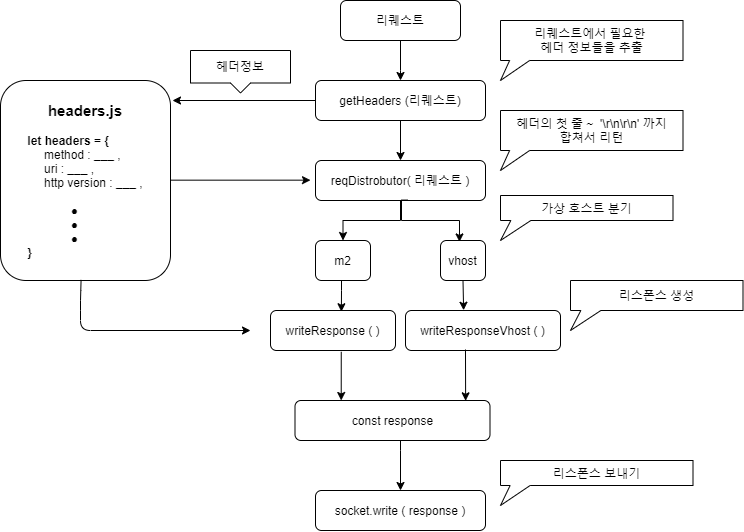
This is 작동방식.png from ChansooKim316/draw.io, a draw.io export, as it was before one commit. Source tidied: cells renumbered, new cells last; positions are measured from the earlier drawing's top-left corner, leaving out a move shared by most shapes.
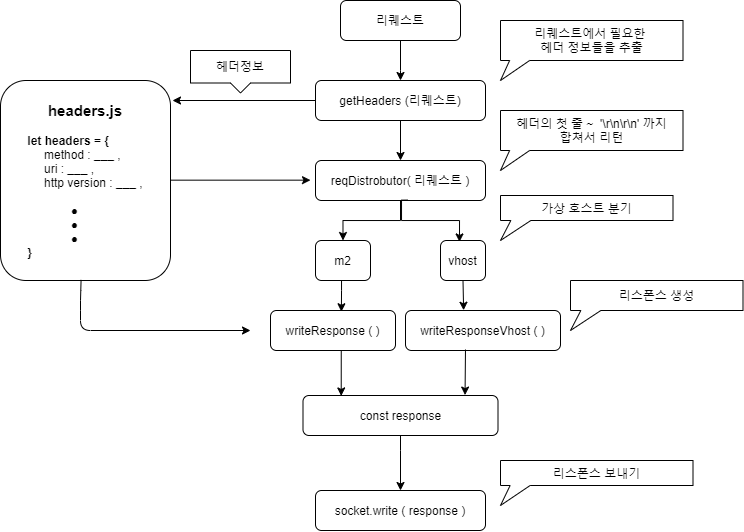
Above is the later version.

Diff of the diagram source:
```diff
@@ -45,7 +45,7 @@
       </mxGeometry>
     </mxCell>
     <mxCell id="11" value="const response" style="rounded=1;whiteSpace=wrap;html=1;fontSize=12;glass=0;strokeWidth=1;shadow=0;" parent="1" vertex="1">
-      <mxGeometry x="294.5" y="400" width="195" height="40" as="geometry" />
+      <mxGeometry x="302.5" y="395" width="195" height="40" as="geometry" />
     </mxCell>
     <mxCell id="12" value="socket.write ( response )" style="rounded=1;whiteSpace=wrap;html=1;fontSize=12;glass=0;strokeWidth=1;shadow=0;" parent="1" vertex="1">
       <mxGeometry x="315" y="490" width="170" height="40" as="geometry" />
@@ -86,10 +86,10 @@
     <mxCell id="22" style="endArrow=classic;html=1;exitX=0.5;exitY=1;exitDx=0;exitDy=0;entryX=0.5;entryY=0;entryDx=0;entryDy=0;" parent="1" edge="1" source="4" target="6">
       <mxGeometry relative="1" as="geometry" />
     </mxCell>
-    <mxCell id="23" style="endArrow=classic;html=1;entryX=0.875;entryY=0.008;entryDx=0;entryDy=0;entryPerimeter=0;exitX=0.387;exitY=0.975;exitDx=0;exitDy=0;exitPerimeter=0;" parent="1" edge="1" source="19" target="11">
+    <mxCell id="23" style="endArrow=classic;html=1;entryX=0.831;entryY=-0.011;entryDx=0;entryDy=0;entryPerimeter=0;exitX=0.387;exitY=0.975;exitDx=0;exitDy=0;exitPerimeter=0;" parent="1" edge="1" source="19" target="11">
       <mxGeometry relative="1" as="geometry" />
     </mxCell>
-    <mxCell id="24" style="endArrow=classic;html=1;entryX=0.237;entryY=0;entryDx=0;entryDy=0;entryPerimeter=0;exitX=0.566;exitY=1.031;exitDx=0;exitDy=0;exitPerimeter=0;" parent="1" edge="1" source="9" target="11">
+    <mxCell id="24" style="endArrow=classic;html=1;entryX=0.196;entryY=0.011;entryDx=0;entryDy=0;entryPerimeter=0;exitX=0.566;exitY=1.003;exitDx=0;exitDy=0;exitPerimeter=0;" parent="1" edge="1" source="9" target="11">
       <mxGeometry relative="1" as="geometry" />
     </mxCell>
     <mxCell id="25" style="endArrow=classic;html=1;exitX=0;exitY=0.5;exitDx=0;exitDy=0;" parent="1" edge="1" source="4">
```
